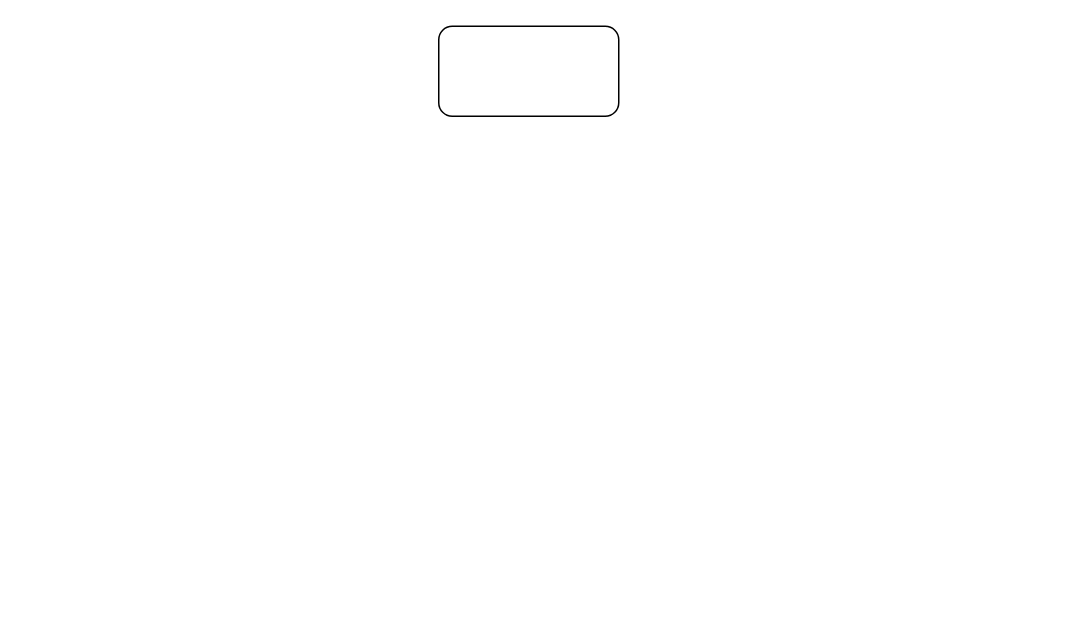
The draw.io diagram Diagram/Untitled Diagram.drawio in fauzan923/Framework-dan-Use-Case-Artificial-Intelligence, before the edit. Source tidied: cells renumbered, new cells numbered last; positions are measured from the earlier drawing's top-left corner, leaving out a move shared by most shapes. Both pictures are drawn from the tidied source at 150%, with x=0, y=0 at pixel (438, 26).
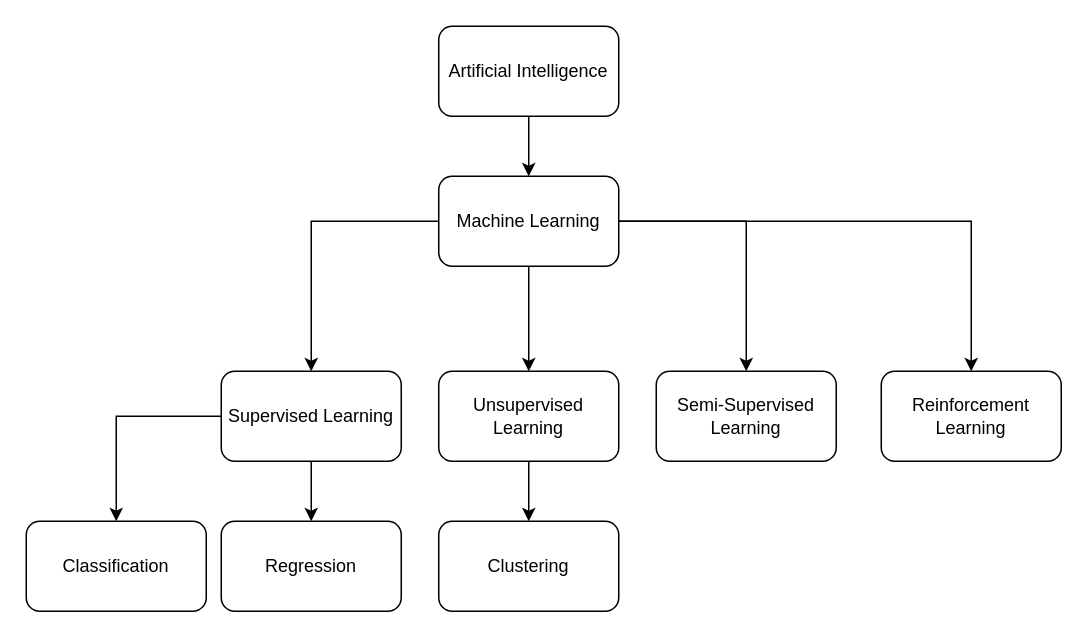
The same page after the edit.

Diff of the diagram source:
```diff
@@
 <mxGraphModel>
   <root>
     <mxCell id="0" />
     <mxCell id="1" parent="0" />
+    <mxCell id="3" style="edgeStyle=orthogonalEdgeStyle;rounded=0;jettySize=auto;html=1;" parent="1" edge="1" source="2" target="8">
+      <mxGeometry relative="1" as="geometry" />
+    </mxCell>
-    <mxCell id="2" style="rounded=1;whiteSpace=wrap;html=1;" parent="1" vertex="1">
+    <mxCell id="2" value="Artificial Intelligence" style="rounded=1;whiteSpace=wrap;html=1;" parent="1" vertex="1">
       <mxGeometry width="120" height="60" as="geometry" />
     </mxCell>
+    <mxCell id="4" style="edgeStyle=orthogonalEdgeStyle;rounded=0;jettySize=auto;html=1;" parent="1" edge="1" source="8" target="11">
+      <mxGeometry relative="1" as="geometry" />
+    </mxCell>
+    <mxCell id="5" style="edgeStyle=orthogonalEdgeStyle;rounded=0;jettySize=auto;html=1;" parent="1" edge="1" source="8" target="13">
+      <mxGeometry relative="1" as="geometry" />
+    </mxCell>
+    <mxCell id="6" style="edgeStyle=orthogonalEdgeStyle;rounded=0;jettySize=auto;html=1;" parent="1" edge="1" source="8" target="14">
+      <mxGeometry relative="1" as="geometry" />
+    </mxCell>
+    <mxCell id="7" style="edgeStyle=orthogonalEdgeStyle;rounded=0;jettySize=auto;html=1;" parent="1" edge="1" source="8" target="15">
+      <mxGeometry relative="1" as="geometry" />
+    </mxCell>
+    <mxCell id="8" value="Machine Learning" style="rounded=1;whiteSpace=wrap;html=1;" parent="1" vertex="1">
+      <mxGeometry y="100" width="120" height="60" as="geometry" />
+    </mxCell>
+    <mxCell id="9" style="edgeStyle=orthogonalEdgeStyle;rounded=0;jettySize=auto;html=1;" parent="1" edge="1" source="11" target="16">
+      <mxGeometry relative="1" as="geometry" />
+    </mxCell>
+    <mxCell id="10" style="edgeStyle=orthogonalEdgeStyle;rounded=0;jettySize=auto;html=1;" parent="1" edge="1" source="11" target="17">
+      <mxGeometry relative="1" as="geometry" />
+    </mxCell>
+    <mxCell id="11" value="Supervised Learning" style="whiteSpace=wrap;html=1;rounded=1;" parent="1" vertex="1">
+      <mxGeometry x="-145" y="230" width="120" height="60" as="geometry" />
+    </mxCell>
+    <mxCell id="12" style="edgeStyle=orthogonalEdgeStyle;rounded=0;jettySize=auto;html=1;" parent="1" edge="1" source="13" target="18">
+      <mxGeometry relative="1" as="geometry" />
+    </mxCell>
+    <mxCell id="13" value="Unsupervised Learning" style="rounded=1;whiteSpace=wrap;html=1;" parent="1" vertex="1">
+      <mxGeometry y="230" width="120" height="60" as="geometry" />
+    </mxCell>
+    <mxCell id="14" value="Semi-Supervised Learning" style="rounded=1;whiteSpace=wrap;html=1;" parent="1" vertex="1">
+      <mxGeometry x="145" y="230" width="120" height="60" as="geometry" />
+    </mxCell>
+    <mxCell id="15" value="Reinforcement Learning" style="rounded=1;whiteSpace=wrap;html=1;" parent="1" vertex="1">
+      <mxGeometry x="295" y="230" width="120" height="60" as="geometry" />
+    </mxCell>
+    <mxCell id="16" value="Classification" style="whiteSpace=wrap;html=1;rounded=1;" parent="1" vertex="1">
+      <mxGeometry x="-275" y="330" width="120" height="60" as="geometry" />
+    </mxCell>
+    <mxCell id="17" value="Regression" style="whiteSpace=wrap;html=1;rounded=1;" parent="1" vertex="1">
+      <mxGeometry x="-145" y="330" width="120" height="60" as="geometry" />
+    </mxCell>
+    <mxCell id="18" value="Clustering" style="rounded=1;whiteSpace=wrap;html=1;" parent="1" vertex="1">
+      <mxGeometry y="330" width="120" height="60" as="geometry" />
+    </mxCell>
   </root>
 </mxGraphModel>
```
